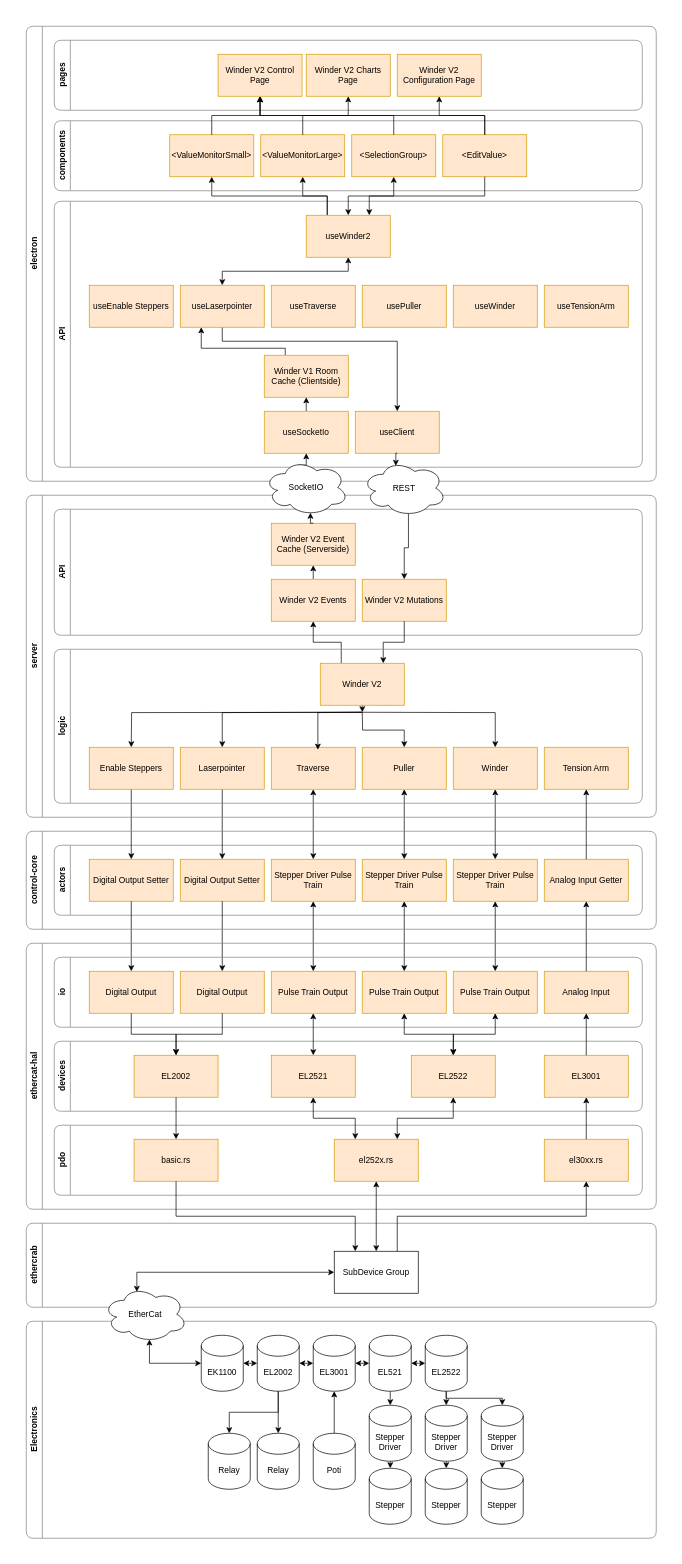
The draw.io diagram docs/drawio/architecture-overview.drawio in qitechgmbh/control, before the edit. Source tidied: cells renumbered, new cells numbered last; positions are measured from the earlier drawing's top-left corner, leaving out a move shared by most shapes. Both pictures are drawn from the tidied source at 70%, with x=0, y=0 at pixel (12, 12).
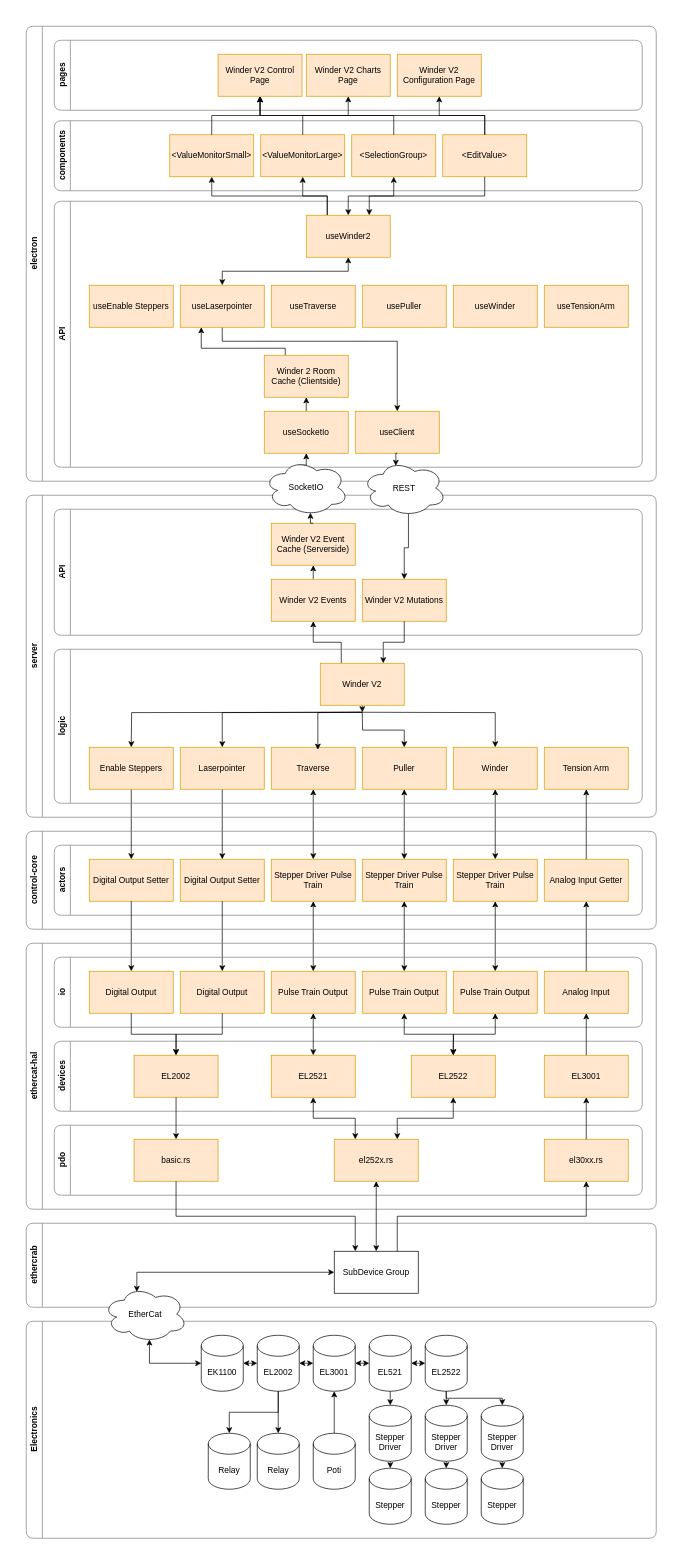
After the change.

Unchanged cells that the change refers to:
```xml
<mxCell id="2" style="swimlane;startSize=0;swimlaneFillColor=default;strokeColor=none;" parent="1" vertex="1">
  <mxGeometry width="940" height="2200" as="geometry" />
</mxCell>
```

What changed in the source:
```diff
@@
-    <mxCell id="117" value="Winder V1 Room Cache (Clientside)" style="rounded=0;whiteSpace=wrap;html=1;fillColor=#ffe6cc;strokeColor=#d79b00;" parent="2" vertex="1">
+    <mxCell id="117" value="Winder 2 Room Cache (Clientside)" style="rounded=0;whiteSpace=wrap;html=1;fillColor=#ffe6cc;strokeColor=#d79b00;" parent="2" vertex="1">
       <mxGeometry x="360" y="490" width="120" height="60" as="geometry" />
     </mxCell>
```
